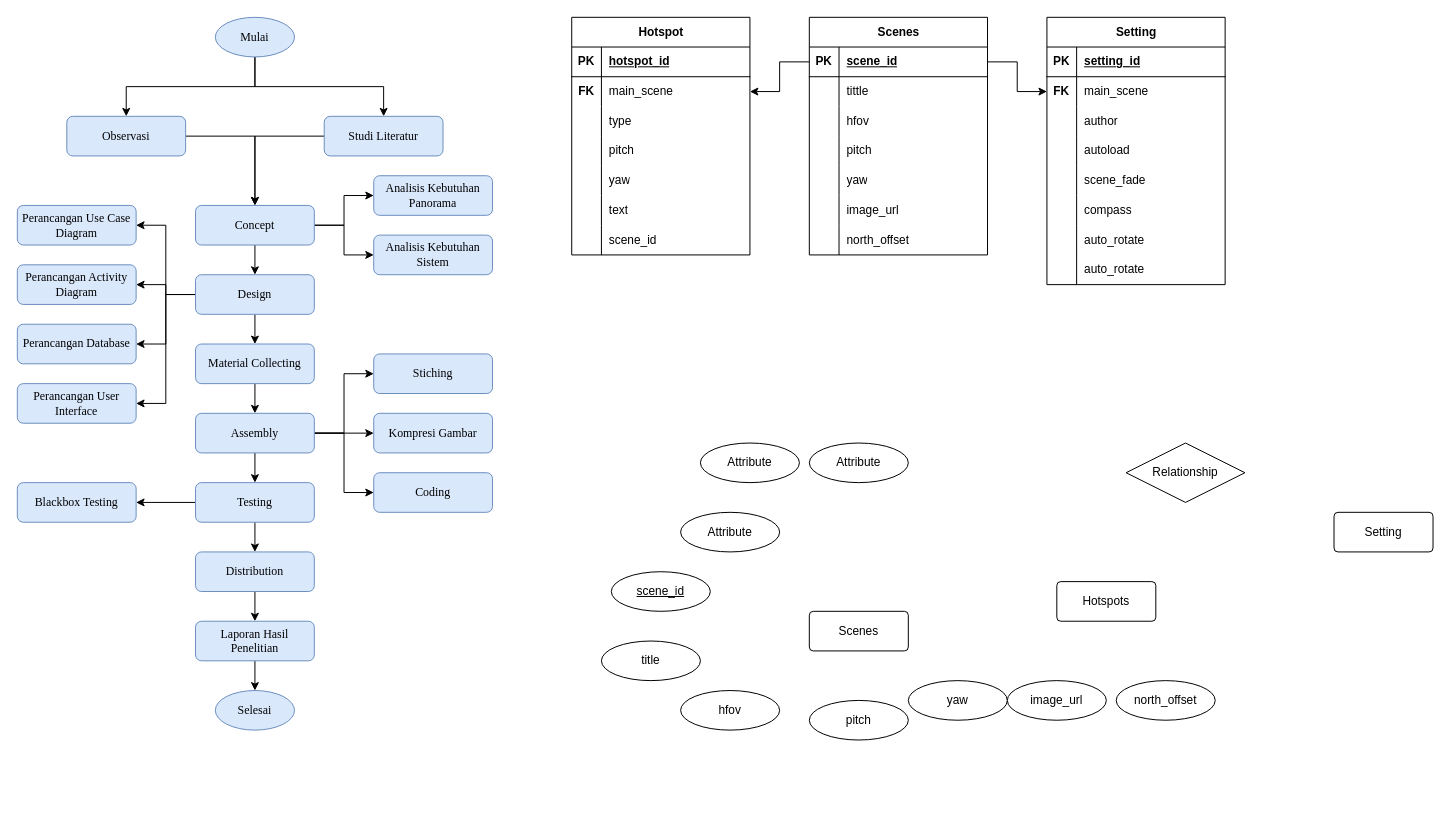
Earlier version of the draw.io diagram Untitled Diagram.drawio (alfatihart/vt-math). Source tidied: cells renumbered, new cells numbered last; positions are measured from the earlier drawing's top-left corner, leaving out a move shared by most shapes. Both pictures are drawn from the tidied source at 99%, with x=0, y=0 at pixel (17, 17).
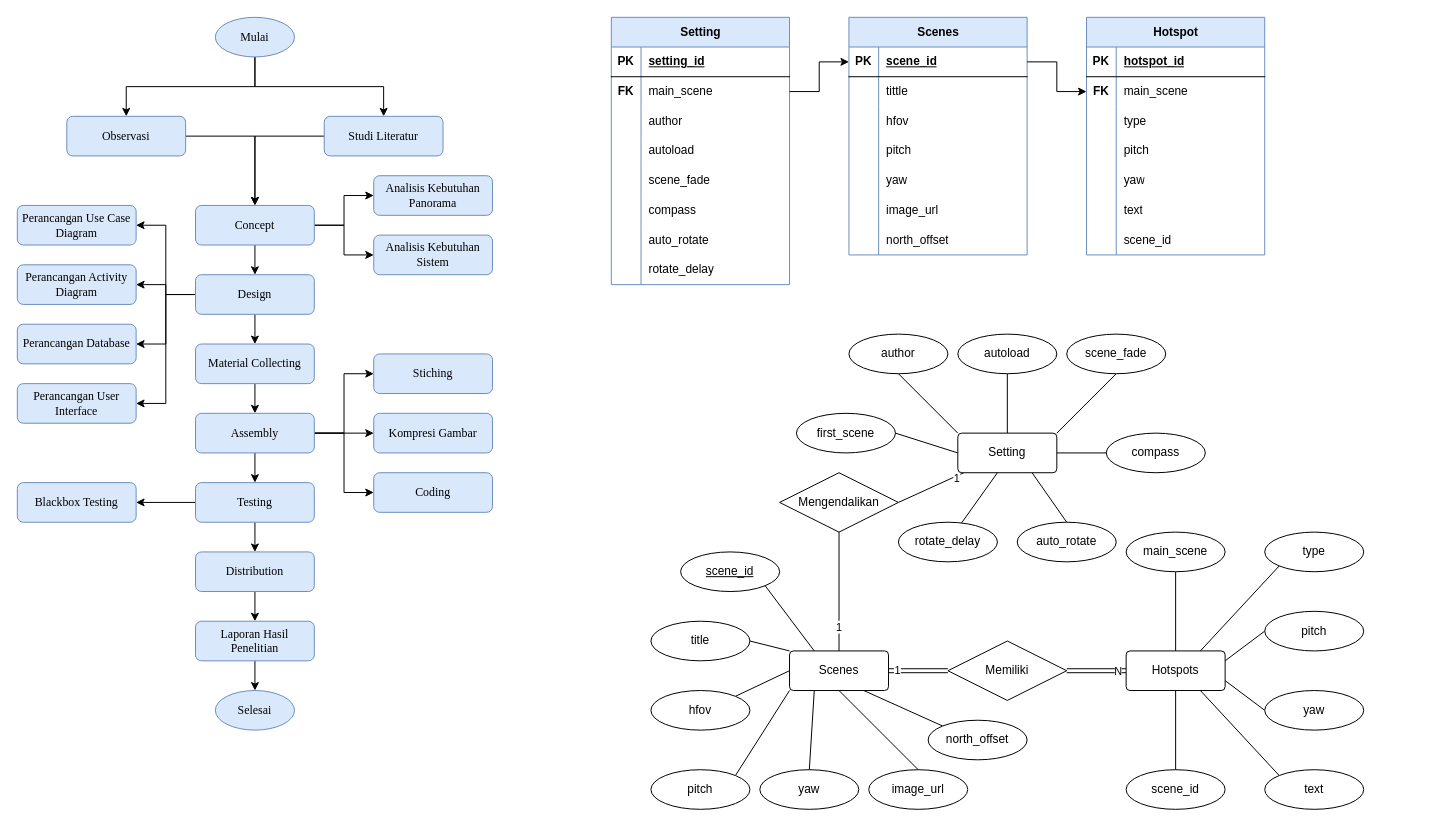
After the change.

The change refers to these unchanged cells:
```xml
<mxCell id="50" style="shape=tableRow;horizontal=0;startSize=0;swimlaneHead=0;swimlaneBody=0;fillColor=none;points=[[0,0.5],[1,0.5]];portConstraint=eastwest;top=0;left=0;right=0;bottom=1;" parent="49" vertex="1">
  <mxGeometry y="30" width="180" height="30" as="geometry" />
</mxCell>
<mxCell id="75" style="shape=tableRow;horizontal=0;startSize=0;swimlaneHead=0;swimlaneBody=0;fillColor=none;points=[[0,0.5],[1,0.5]];portConstraint=eastwest;top=0;left=0;right=0;bottom=0;" parent="71" vertex="1">
  <mxGeometry y="60" width="180" height="30" as="geometry" />
</mxCell>
<mxCell id="93" style="shape=tableRow;horizontal=0;startSize=0;swimlaneHead=0;swimlaneBody=0;fillColor=none;top=0;left=0;right=0;bottom=0;" parent="71" vertex="1">
  <mxGeometry y="240" width="180" height="30" as="geometry" />
</mxCell>
<mxCell id="100" style="shape=tableRow;horizontal=0;startSize=0;swimlaneHead=0;swimlaneBody=0;fillColor=none;points=[[0,0.5],[1,0.5]];portConstraint=eastwest;top=0;left=0;right=0;bottom=0;" parent="96" vertex="1">
  <mxGeometry y="60" width="180" height="30" as="geometry" />
</mxCell>
```

The edit, as a diff of the source:
```diff
@@
+    <mxCell id="129" style="rounded=0;jettySize=auto;html=1;entryX=1;entryY=0.5;entryDx=0;entryDy=0;endArrow=none;endFill=0;" parent="1" edge="1" source="44" target="155">
+      <mxGeometry relative="1" as="geometry" />
+    </mxCell>
+    <mxCell id="130" value="1" style="edgeLabel;html=1;align=center;verticalAlign=middle;" parent="129" vertex="1">
+      <mxGeometry x="-0.66" y="-1" relative="1" as="geometry">
+        <mxPoint x="4" y="1" as="offset" />
+      </mxGeometry>
+    </mxCell>
+    <mxCell id="131" style="rounded=0;jettySize=auto;html=1;exitX=0.75;exitY=1;exitDx=0;exitDy=0;entryX=0.5;entryY=0;entryDx=0;entryDy=0;endArrow=none;endFill=0;" parent="1" edge="1" source="44" target="165">
+      <mxGeometry relative="1" as="geometry" />
+    </mxCell>
+    <mxCell id="132" style="rounded=0;jettySize=auto;html=1;exitX=0.5;exitY=0;exitDx=0;exitDy=0;entryX=0.5;entryY=1;entryDx=0;entryDy=0;endArrow=none;endFill=0;" parent="1" edge="1" source="44" target="162">
+      <mxGeometry relative="1" as="geometry" />
+    </mxCell>
+    <mxCell id="133" style="rounded=0;jettySize=auto;html=1;exitX=1;exitY=0.5;exitDx=0;exitDy=0;entryX=0;entryY=0.5;entryDx=0;entryDy=0;endArrow=none;endFill=0;" parent="1" edge="1" source="44" target="164">
+      <mxGeometry relative="1" as="geometry" />
+    </mxCell>
+    <mxCell id="134" style="rounded=0;jettySize=auto;html=1;exitX=1;exitY=0;exitDx=0;exitDy=0;entryX=0.5;entryY=1;entryDx=0;entryDy=0;endArrow=none;endFill=0;" parent="1" edge="1" source="44" target="163">
+      <mxGeometry relative="1" as="geometry" />
+    </mxCell>
+    <mxCell id="135" style="rounded=0;jettySize=auto;html=1;exitX=0;exitY=0;exitDx=0;exitDy=0;entryX=0.5;entryY=1;entryDx=0;entryDy=0;endArrow=none;endFill=0;" parent="1" edge="1" source="44" target="124">
+      <mxGeometry relative="1" as="geometry" />
+    </mxCell>
+    <mxCell id="136" style="rounded=0;jettySize=auto;html=1;exitX=0;exitY=0.5;exitDx=0;exitDy=0;entryX=1;entryY=0.5;entryDx=0;entryDy=0;endArrow=none;endFill=0;" parent="1" edge="1" source="44" target="123">
+      <mxGeometry relative="1" as="geometry" />
+    </mxCell>
     <mxCell id="44" value="Setting" style="rounded=1;arcSize=10;whiteSpace=wrap;html=1;align=center;" parent="1" vertex="1">
-      <mxGeometry x="1330" y="500" width="100" height="40" as="geometry" />
+      <mxGeometry x="950" y="420" width="100" height="40" as="geometry" />
     </mxCell>
+    <mxCell id="137" style="edgeStyle=orthogonalEdgeStyle;rounded=0;jettySize=auto;html=1;exitX=1;exitY=0.5;exitDx=0;exitDy=0;entryX=0;entryY=0.5;entryDx=0;entryDy=0;endArrow=none;endFill=0;shape=link;" parent="1" edge="1" source="45" target="47">
+      <mxGeometry relative="1" as="geometry" />
+    </mxCell>
+    <mxCell id="138" value="1" style="edgeLabel;html=1;align=center;verticalAlign=middle;" parent="137" vertex="1">
+      <mxGeometry x="-0.75" y="1" relative="1" as="geometry" />
+    </mxCell>
+    <mxCell id="139" style="rounded=0;jettySize=auto;html=1;exitX=0;exitY=0;exitDx=0;exitDy=0;entryX=1;entryY=0.5;entryDx=0;entryDy=0;endArrow=none;endFill=0;" parent="1" edge="1" source="45" target="48">
+      <mxGeometry relative="1" as="geometry" />
+    </mxCell>
+    <mxCell id="140" style="rounded=0;jettySize=auto;html=1;exitX=0;exitY=0.5;exitDx=0;exitDy=0;entryX=1;entryY=0;entryDx=0;entryDy=0;endArrow=none;endFill=0;" parent="1" edge="1" source="45" target="121">
+      <mxGeometry relative="1" as="geometry" />
+    </mxCell>
+    <mxCell id="141" style="rounded=0;jettySize=auto;html=1;exitX=0;exitY=1;exitDx=0;exitDy=0;entryX=1;entryY=0;entryDx=0;entryDy=0;endArrow=none;endFill=0;" parent="1" edge="1" source="45" target="125">
+      <mxGeometry relative="1" as="geometry" />
+    </mxCell>
+    <mxCell id="142" style="rounded=0;jettySize=auto;html=1;exitX=0.25;exitY=1;exitDx=0;exitDy=0;entryX=0.5;entryY=0;entryDx=0;entryDy=0;endArrow=none;endFill=0;" parent="1" edge="1" source="45" target="126">
+      <mxGeometry relative="1" as="geometry" />
+    </mxCell>
+    <mxCell id="143" style="rounded=0;jettySize=auto;html=1;exitX=0.5;exitY=1;exitDx=0;exitDy=0;entryX=0.5;entryY=0;entryDx=0;entryDy=0;endArrow=none;endFill=0;" parent="1" edge="1" source="45" target="127">
+      <mxGeometry relative="1" as="geometry" />
+    </mxCell>
+    <mxCell id="144" style="rounded=0;jettySize=auto;html=1;exitX=0.75;exitY=1;exitDx=0;exitDy=0;entryX=0;entryY=0;entryDx=0;entryDy=0;endArrow=none;endFill=0;" parent="1" edge="1" source="45" target="128">
+      <mxGeometry relative="1" as="geometry" />
+    </mxCell>
     <mxCell id="45" value="Scenes" style="rounded=1;arcSize=10;whiteSpace=wrap;html=1;align=center;" parent="1" vertex="1">
-      <mxGeometry x="800" y="600" width="100" height="40" as="geometry" />
+      <mxGeometry x="780" y="640" width="100" height="40" as="geometry" />
     </mxCell>
+    <mxCell id="145" style="rounded=0;jettySize=auto;html=1;exitX=1;exitY=0.25;exitDx=0;exitDy=0;entryX=0;entryY=0.5;entryDx=0;entryDy=0;endArrow=none;endFill=0;" parent="1" edge="1" source="46" target="157">
+      <mxGeometry relative="1" as="geometry" />
+    </mxCell>
+    <mxCell id="146" style="rounded=0;jettySize=auto;html=1;exitX=1;exitY=0.75;exitDx=0;exitDy=0;entryX=0;entryY=0.5;entryDx=0;entryDy=0;endArrow=none;endFill=0;" parent="1" edge="1" source="46" target="158">
+      <mxGeometry relative="1" as="geometry" />
+    </mxCell>
+    <mxCell id="147" style="rounded=0;jettySize=auto;html=1;exitX=0.5;exitY=1;exitDx=0;exitDy=0;entryX=0.5;entryY=0;entryDx=0;entryDy=0;endArrow=none;endFill=0;" parent="1" edge="1" source="46" target="160">
+      <mxGeometry relative="1" as="geometry" />
+    </mxCell>
+    <mxCell id="148" style="rounded=0;jettySize=auto;html=1;exitX=0.75;exitY=0;exitDx=0;exitDy=0;entryX=0;entryY=1;entryDx=0;entryDy=0;endArrow=none;endFill=0;" parent="1" edge="1" source="46" target="156">
+      <mxGeometry relative="1" as="geometry" />
+    </mxCell>
+    <mxCell id="149" style="rounded=0;jettySize=auto;html=1;exitX=0.5;exitY=0;exitDx=0;exitDy=0;entryX=0.5;entryY=1;entryDx=0;entryDy=0;endArrow=none;endFill=0;" parent="1" edge="1" source="46" target="122">
+      <mxGeometry relative="1" as="geometry" />
+    </mxCell>
+    <mxCell id="150" style="rounded=0;jettySize=auto;html=1;exitX=0.75;exitY=1;exitDx=0;exitDy=0;entryX=0;entryY=0;entryDx=0;entryDy=0;endArrow=none;endFill=0;" parent="1" edge="1" source="46" target="159">
+      <mxGeometry relative="1" as="geometry" />
+    </mxCell>
     <mxCell id="46" value="Hotspots" style="rounded=1;arcSize=10;whiteSpace=wrap;html=1;align=center;" parent="1" vertex="1">
-      <mxGeometry x="1050" y="570" width="100" height="40" as="geometry" />
+      <mxGeometry x="1120" y="640" width="100" height="40" as="geometry" />
     </mxCell>
+    <mxCell id="151" style="edgeStyle=orthogonalEdgeStyle;rounded=0;jettySize=auto;html=1;exitX=1;exitY=0.5;exitDx=0;exitDy=0;endArrow=none;endFill=0;shape=link;" parent="1" edge="1" source="47" target="46">
+      <mxGeometry relative="1" as="geometry" />
+    </mxCell>
+    <mxCell id="152" value="N" style="edgeLabel;html=1;align=center;verticalAlign=middle;" parent="151" vertex="1">
+      <mxGeometry x="0.68" y="1" relative="1" as="geometry">
+        <mxPoint x="1" y="1" as="offset" />
+      </mxGeometry>
+    </mxCell>
-    <mxCell id="47" value="Relationship" style="shape=rhombus;perimeter=rhombusPerimeter;whiteSpace=wrap;html=1;align=center;" parent="1" vertex="1">
-      <mxGeometry x="1120" y="430" width="120" height="60" as="geometry" />
+    <mxCell id="47" value="Memiliki" style="shape=rhombus;perimeter=rhombusPerimeter;whiteSpace=wrap;html=1;align=center;" parent="1" vertex="1">
+      <mxGeometry x="940" y="630" width="120" height="60" as="geometry" />
     </mxCell>
     <mxCell id="48" value="title" style="ellipse;whiteSpace=wrap;html=1;align=center;" parent="1" vertex="1">
-      <mxGeometry x="590" y="630" width="100" height="40" as="geometry" />
+      <mxGeometry x="640" y="610" width="100" height="40" as="geometry" />
     </mxCell>
-    <mxCell id="49" value="Scenes" style="shape=table;startSize=30;childLayout=tableLayout;rowLines=0;fontStyle=1;align=center;html=1;" parent="1" vertex="1">
-      <mxGeometry x="800" width="180" height="240" as="geometry" />
+    <mxCell id="49" value="Scenes" style="shape=table;startSize=30;childLayout=tableLayout;rowLines=0;fontStyle=1;align=center;html=1;fillColor=#dae8fc;strokeColor=#6c8ebf;" parent="1" vertex="1">
+      <mxGeometry x="840" width="180" height="240" as="geometry" />
     </mxCell>
@@
-    <mxCell id="71" value="Setting" style="shape=table;startSize=30;childLayout=tableLayout;rowLines=0;fontStyle=1;align=center;html=1;" parent="1" vertex="1">
-      <mxGeometry x="1040" width="180" height="270" as="geometry" />
+    <mxCell id="71" value="Setting" style="shape=table;startSize=30;childLayout=tableLayout;rowLines=0;fontStyle=1;align=center;html=1;fillColor=#dae8fc;strokeColor=#6c8ebf;" parent="1" vertex="1">
+      <mxGeometry x="600" width="180" height="270" as="geometry" />
     </mxCell>
@@
-    <mxCell id="95" value="auto_rotate" style="shape=partialRectangle;fillColor=none;top=0;left=0;bottom=0;right=0;align=left;spacingLeft=6;overflow=hidden;whiteSpace=wrap;html=1;" parent="93" vertex="1">
+    <mxCell id="95" value="rotate_delay" style="shape=partialRectangle;fillColor=none;top=0;left=0;bottom=0;right=0;align=left;spacingLeft=6;overflow=hidden;whiteSpace=wrap;html=1;" parent="93" vertex="1">
       <mxGeometry x="30" width="150" height="30" as="geometry" />
     </mxCell>
-    <mxCell id="96" value="Hotspot" style="shape=table;startSize=30;childLayout=tableLayout;rowLines=0;fontStyle=1;align=center;html=1;" parent="1" vertex="1">
-      <mxGeometry x="560" width="180" height="240" as="geometry" />
+    <mxCell id="96" value="Hotspot" style="shape=table;startSize=30;childLayout=tableLayout;rowLines=0;fontStyle=1;align=center;html=1;fillColor=#dae8fc;strokeColor=#6c8ebf;" parent="1" vertex="1">
+      <mxGeometry x="1080" width="180" height="240" as="geometry" />
     </mxCell>
@@
-    <mxCell id="118" style="edgeStyle=orthogonalEdgeStyle;rounded=0;jettySize=auto;html=1;exitX=0;exitY=0.5;exitDx=0;exitDy=0;" parent="1" edge="1" source="50" target="100">
-      <mxGeometry relative="1" as="geometry" />
-    </mxCell>
-    <mxCell id="119" style="edgeStyle=orthogonalEdgeStyle;rounded=0;jettySize=auto;html=1;exitX=1;exitY=0.5;exitDx=0;exitDy=0;entryX=0;entryY=0.5;entryDx=0;entryDy=0;" parent="1" edge="1" source="50" target="75">
-      <mxGeometry relative="1" as="geometry" />
-    </mxCell>
     <mxCell id="120" value="scene_id" style="ellipse;whiteSpace=wrap;html=1;align=center;fontStyle=4;" parent="1" vertex="1">
-      <mxGeometry x="600" y="560" width="100" height="40" as="geometry" />
+      <mxGeometry x="670" y="540" width="100" height="40" as="geometry" />
     </mxCell>
     <mxCell id="121" value="hfov" style="ellipse;whiteSpace=wrap;html=1;align=center;" parent="1" vertex="1">
-      <mxGeometry x="670" y="680" width="100" height="40" as="geometry" />
+      <mxGeometry x="640" y="680" width="100" height="40" as="geometry" />
     </mxCell>
-    <mxCell id="122" value="Attribute" style="ellipse;whiteSpace=wrap;html=1;align=center;" parent="1" vertex="1">
-      <mxGeometry x="670" y="500" width="100" height="40" as="geometry" />
+    <mxCell id="122" value="main_scene" style="ellipse;whiteSpace=wrap;html=1;align=center;" parent="1" vertex="1">
+      <mxGeometry x="1120" y="520" width="100" height="40" as="geometry" />
     </mxCell>
-    <mxCell id="123" value="Attribute" style="ellipse;whiteSpace=wrap;html=1;align=center;" parent="1" vertex="1">
-      <mxGeometry x="690" y="430" width="100" height="40" as="geometry" />
+    <mxCell id="123" value="first_scene" style="ellipse;whiteSpace=wrap;html=1;align=center;" parent="1" vertex="1">
+      <mxGeometry x="787" y="400" width="100" height="40" as="geometry" />
     </mxCell>
-    <mxCell id="124" value="Attribute" style="ellipse;whiteSpace=wrap;html=1;align=center;" parent="1" vertex="1">
-      <mxGeometry x="800" y="430" width="100" height="40" as="geometry" />
+    <mxCell id="124" value="author" style="ellipse;whiteSpace=wrap;html=1;align=center;" parent="1" vertex="1">
+      <mxGeometry x="840" y="320" width="100" height="40" as="geometry" />
     </mxCell>
     <mxCell id="125" value="pitch" style="ellipse;whiteSpace=wrap;html=1;align=center;" parent="1" vertex="1">
-      <mxGeometry x="800" y="690" width="100" height="40" as="geometry" />
+      <mxGeometry x="640" y="760" width="100" height="40" as="geometry" />
     </mxCell>
     <mxCell id="126" value="yaw" style="ellipse;whiteSpace=wrap;html=1;align=center;" parent="1" vertex="1">
-      <mxGeometry x="900" y="670" width="100" height="40" as="geometry" />
+      <mxGeometry x="750" y="760" width="100" height="40" as="geometry" />
     </mxCell>
     <mxCell id="127" value="image_url" style="ellipse;whiteSpace=wrap;html=1;align=center;" parent="1" vertex="1">
-      <mxGeometry x="1000" y="670" width="100" height="40" as="geometry" />
+      <mxGeometry x="860" y="760" width="100" height="40" as="geometry" />
     </mxCell>
     <mxCell id="128" value="north_offset" style="ellipse;whiteSpace=wrap;html=1;align=center;" parent="1" vertex="1">
-      <mxGeometry x="1110" y="670" width="100" height="40" as="geometry" />
+      <mxGeometry x="920" y="710" width="100" height="40" as="geometry" />
     </mxCell>
+    <mxCell id="153" style="edgeStyle=orthogonalEdgeStyle;rounded=0;jettySize=auto;html=1;endArrow=none;endFill=0;" parent="1" edge="1" source="155" target="45">
+      <mxGeometry relative="1" as="geometry" />
+    </mxCell>
+    <mxCell id="154" value="1" style="edgeLabel;html=1;align=center;verticalAlign=middle;" parent="153" vertex="1">
+      <mxGeometry x="0.59" y="-1" relative="1" as="geometry" />
+    </mxCell>
+    <mxCell id="155" value="Mengendalikan" style="shape=rhombus;perimeter=rhombusPerimeter;whiteSpace=wrap;html=1;align=center;" parent="1" vertex="1">
+      <mxGeometry x="770" y="460" width="120" height="60" as="geometry" />
+    </mxCell>
+    <mxCell id="156" value="type" style="ellipse;whiteSpace=wrap;html=1;align=center;" parent="1" vertex="1">
+      <mxGeometry x="1260" y="520" width="100" height="40" as="geometry" />
+    </mxCell>
+    <mxCell id="157" value="pitch" style="ellipse;whiteSpace=wrap;html=1;align=center;" parent="1" vertex="1">
+      <mxGeometry x="1260" y="600" width="100" height="40" as="geometry" />
+    </mxCell>
+    <mxCell id="158" value="yaw" style="ellipse;whiteSpace=wrap;html=1;align=center;" parent="1" vertex="1">
+      <mxGeometry x="1260" y="680" width="100" height="40" as="geometry" />
+    </mxCell>
+    <mxCell id="159" value="text" style="ellipse;whiteSpace=wrap;html=1;align=center;" parent="1" vertex="1">
+      <mxGeometry x="1260" y="760" width="100" height="40" as="geometry" />
+    </mxCell>
+    <mxCell id="160" value="scene_id" style="ellipse;whiteSpace=wrap;html=1;align=center;" parent="1" vertex="1">
+      <mxGeometry x="1120" y="760" width="100" height="40" as="geometry" />
+    </mxCell>
+    <mxCell id="161" style="rounded=0;jettySize=auto;html=1;exitX=0.25;exitY=0;exitDx=0;exitDy=0;entryX=1;entryY=1;entryDx=0;entryDy=0;endArrow=none;endFill=0;" parent="1" edge="1" source="45" target="120">
+      <mxGeometry relative="1" as="geometry" />
+    </mxCell>
+    <mxCell id="162" value="autoload" style="ellipse;whiteSpace=wrap;html=1;align=center;" parent="1" vertex="1">
+      <mxGeometry x="950" y="320" width="100" height="40" as="geometry" />
+    </mxCell>
+    <mxCell id="163" value="scene_fade" style="ellipse;whiteSpace=wrap;html=1;align=center;" parent="1" vertex="1">
+      <mxGeometry x="1060" y="320" width="100" height="40" as="geometry" />
+    </mxCell>
+    <mxCell id="164" value="compass" style="ellipse;whiteSpace=wrap;html=1;align=center;" parent="1" vertex="1">
+      <mxGeometry x="1100" y="420" width="100" height="40" as="geometry" />
+    </mxCell>
+    <mxCell id="165" value="auto_rotate" style="ellipse;whiteSpace=wrap;html=1;align=center;" parent="1" vertex="1">
+      <mxGeometry x="1010" y="510" width="100" height="40" as="geometry" />
+    </mxCell>
+    <mxCell id="166" style="rounded=0;jettySize=auto;html=1;endArrow=none;endFill=0;" parent="1" edge="1" source="167">
+      <mxGeometry relative="1" as="geometry">
+        <mxPoint x="990" y="460" as="targetPoint" />
+      </mxGeometry>
+    </mxCell>
+    <mxCell id="167" value="rotate_delay" style="ellipse;whiteSpace=wrap;html=1;align=center;" parent="1" vertex="1">
+      <mxGeometry x="890" y="510" width="100" height="40" as="geometry" />
+    </mxCell>
+    <mxCell id="168" style="edgeStyle=orthogonalEdgeStyle;rounded=0;jettySize=auto;html=1;exitX=1;exitY=0.5;exitDx=0;exitDy=0;entryX=0;entryY=0.5;entryDx=0;entryDy=0;" parent="1" edge="1" source="75" target="50">
+      <mxGeometry relative="1" as="geometry" />
+    </mxCell>
+    <mxCell id="118" style="edgeStyle=orthogonalEdgeStyle;rounded=0;jettySize=auto;html=1;exitX=1;exitY=0.5;exitDx=0;exitDy=0;entryX=0;entryY=0.5;entryDx=0;entryDy=0;" parent="1" edge="1" source="50" target="100">
+      <mxGeometry relative="1" as="geometry" />
+    </mxCell>
```
